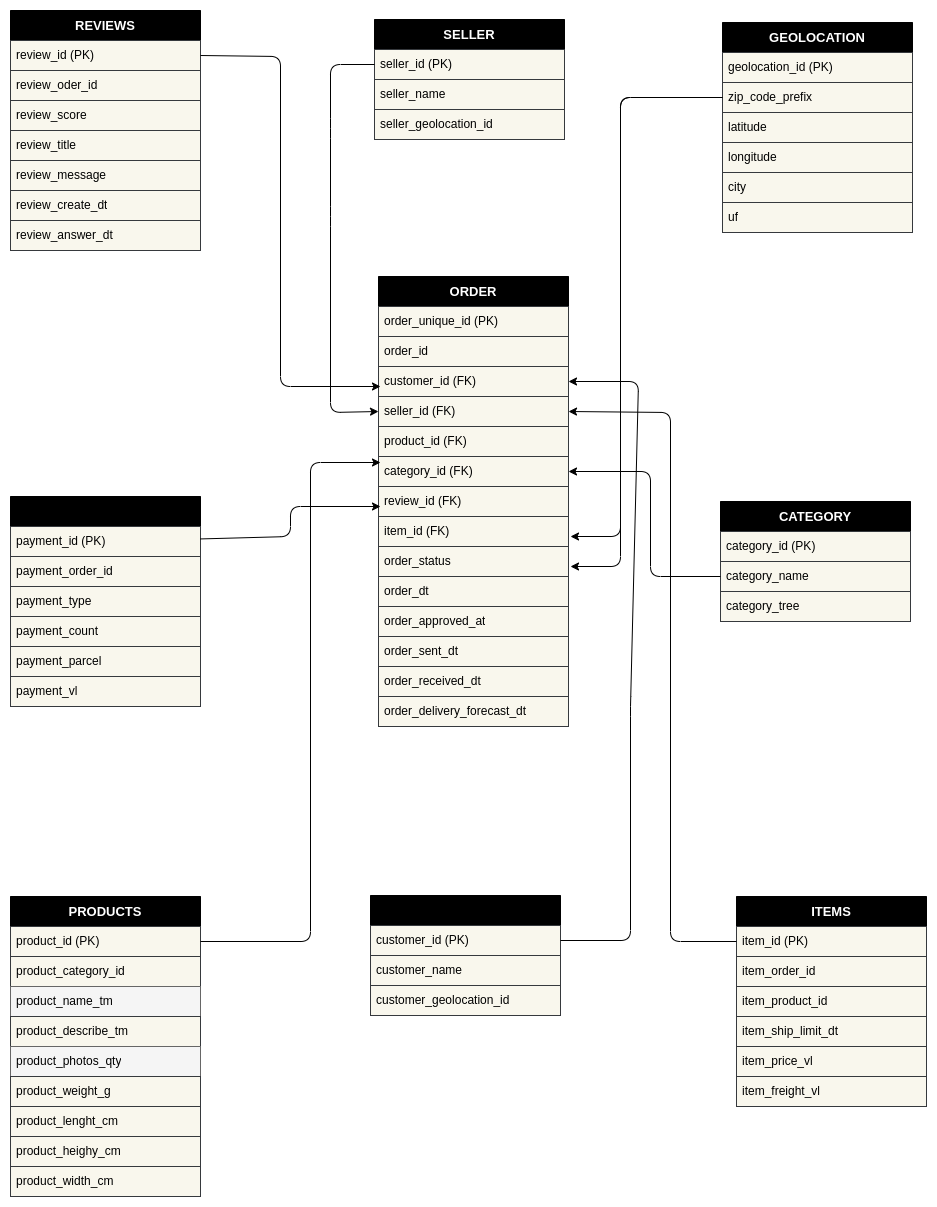
The draw.io diagram docs/images/olist_star_schema.png in rafaelladuarte/real_state_data_pipeline, before a commit. Source tidied: cells renumbered, new cells last; positions are measured from the earlier drawing's top-left corner, leaving out a move shared by most shapes.
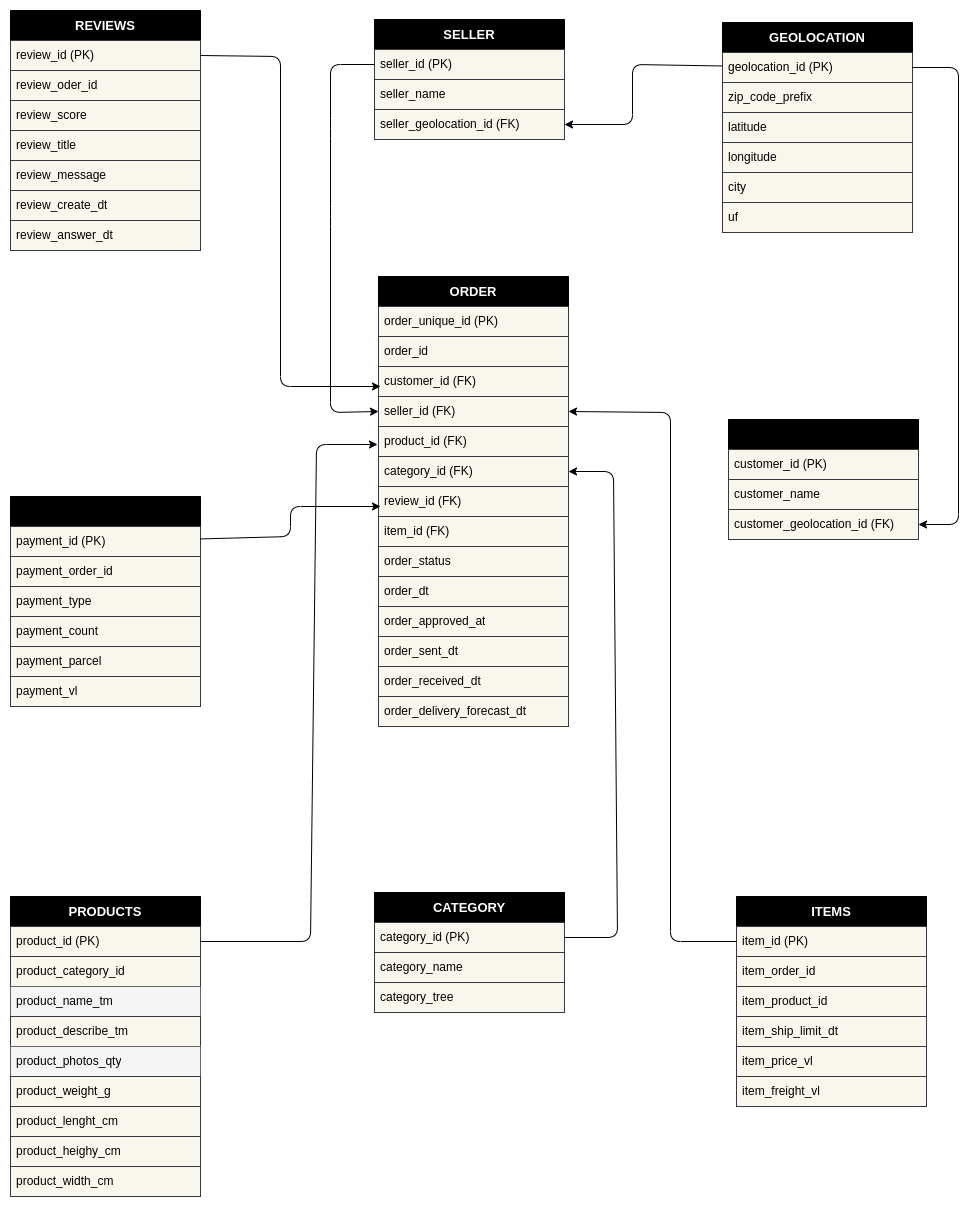
After the commit.

Commit message:
update dockerfile and diagrams

The edit, as a diff of the source:
```diff
@@ -33,7 +33,7 @@
       <mxGeometry y="270" width="190" height="30" as="geometry" />
     </mxCell>
     <mxCell id="12" value="&lt;b&gt;&lt;font style=&quot;font-size: 13px;&quot;&gt;CUSTOMER&lt;/font&gt;&lt;/b&gt;" style="swimlane;fontStyle=0;horizontal=1;startSize=30;whiteSpace=wrap;html=1;strokeColor=#000000;fillColor=#000000;" parent="1" vertex="1">
-      <mxGeometry x="360" y="885" width="190" height="120" as="geometry" />
+      <mxGeometry x="718" y="409" width="190" height="120" as="geometry" />
     </mxCell>
     <mxCell id="13" value="&lt;font color=&quot;#000000&quot;&gt;customer_id (PK)&lt;/font&gt;" style="text;strokeColor=#36393d;fillColor=#f9f7ed;align=left;verticalAlign=middle;spacingLeft=4;spacingRight=4;overflow=hidden;points=[[0,0.5],[1,0.5]];portConstraint=eastwest;whiteSpace=wrap;html=1;" parent="12" vertex="1">
       <mxGeometry y="30" width="190" height="30" as="geometry" />
@@ -41,7 +41,7 @@
     <mxCell id="14" value="&lt;font color=&quot;#000000&quot;&gt;customer_name&lt;/font&gt;" style="text;strokeColor=#36393d;fillColor=#f9f7ed;align=left;verticalAlign=middle;spacingLeft=4;spacingRight=4;overflow=hidden;whiteSpace=wrap;html=1;" parent="12" vertex="1">
       <mxGeometry y="60" width="190" height="30" as="geometry" />
     </mxCell>
-    <mxCell id="15" value="&lt;font color=&quot;#000000&quot;&gt;customer_geolocation_id&lt;/font&gt;" style="text;strokeColor=#36393d;fillColor=#f9f7ed;align=left;verticalAlign=middle;spacingLeft=4;spacingRight=4;overflow=hidden;points=[[0,0.5],[1,0.5]];portConstraint=eastwest;whiteSpace=wrap;html=1;" parent="12" vertex="1">
+    <mxCell id="15" value="&lt;font color=&quot;#000000&quot;&gt;customer_geolocation_id (FK)&lt;/font&gt;" style="text;strokeColor=#36393d;fillColor=#f9f7ed;align=left;verticalAlign=middle;spacingLeft=4;spacingRight=4;overflow=hidden;points=[[0,0.5],[1,0.5]];portConstraint=eastwest;whiteSpace=wrap;html=1;" parent="12" vertex="1">
       <mxGeometry y="90" width="190" height="30" as="geometry" />
     </mxCell>
     <mxCell id="16" value="&lt;font size=&quot;1&quot; color=&quot;#ffffff&quot;&gt;&lt;b style=&quot;font-size: 13px;&quot;&gt;ITEMS&lt;/b&gt;&lt;/font&gt;" style="swimlane;fontStyle=0;horizontal=1;startSize=30;whiteSpace=wrap;html=1;strokeColor=#000000;fillColor=#000000;" parent="1" vertex="1">
@@ -74,7 +74,7 @@
     <mxCell id="25" value="&lt;font color=&quot;#000000&quot;&gt;seller_name&lt;/font&gt;" style="text;strokeColor=#36393d;fillColor=#f9f7ed;align=left;verticalAlign=middle;spacingLeft=4;spacingRight=4;overflow=hidden;whiteSpace=wrap;html=1;" parent="23" vertex="1">
       <mxGeometry y="60" width="190" height="30" as="geometry" />
     </mxCell>
-    <mxCell id="26" value="&lt;font color=&quot;#000000&quot;&gt;seller_geolocation_id&lt;/font&gt;" style="text;strokeColor=#36393d;fillColor=#f9f7ed;align=left;verticalAlign=middle;spacingLeft=4;spacingRight=4;overflow=hidden;points=[[0,0.5],[1,0.5]];portConstraint=eastwest;whiteSpace=wrap;html=1;" parent="23" vertex="1">
+    <mxCell id="26" value="&lt;font color=&quot;#000000&quot;&gt;seller_geolocation_id (FK)&lt;/font&gt;" style="text;strokeColor=#36393d;fillColor=#f9f7ed;align=left;verticalAlign=middle;spacingLeft=4;spacingRight=4;overflow=hidden;points=[[0,0.5],[1,0.5]];portConstraint=eastwest;whiteSpace=wrap;html=1;" parent="23" vertex="1">
       <mxGeometry y="90" width="190" height="30" as="geometry" />
     </mxCell>
     <mxCell id="27" value="&lt;b&gt;&lt;font color=&quot;#ffffff&quot; style=&quot;font-size: 13px;&quot;&gt;GEOLOCATION&lt;/font&gt;&lt;/b&gt;" style="swimlane;fontStyle=0;horizontal=1;startSize=30;whiteSpace=wrap;html=1;strokeColor=#000000;fillColor=#000000;" parent="1" vertex="1">
@@ -168,7 +168,7 @@
       <mxGeometry y="420" width="190" height="30" as="geometry" />
     </mxCell>
     <mxCell id="57" value="&lt;font size=&quot;1&quot; color=&quot;#ffffff&quot;&gt;&lt;b style=&quot;font-size: 13px;&quot;&gt;CATEGORY&lt;/b&gt;&lt;/font&gt;" style="swimlane;fontStyle=0;horizontal=1;startSize=30;whiteSpace=wrap;html=1;strokeColor=#000000;fillColor=#000000;" parent="1" vertex="1">
-      <mxGeometry x="710" y="491" width="190" height="120" as="geometry" />
+      <mxGeometry x="364" y="882" width="190" height="120" as="geometry" />
     </mxCell>
     <mxCell id="58" value="&lt;font color=&quot;#000000&quot;&gt;category_id (PK)&lt;/font&gt;" style="text;strokeColor=#36393d;fillColor=#f9f7ed;align=left;verticalAlign=middle;spacingLeft=4;spacingRight=4;overflow=hidden;points=[[0,0.5],[1,0.5]];portConstraint=eastwest;whiteSpace=wrap;html=1;" parent="57" vertex="1">
       <mxGeometry y="30" width="190" height="30" as="geometry" />
@@ -218,32 +218,6 @@
         </Array>
       </mxGeometry>
     </mxCell>
-    <mxCell id="70" style="edgeStyle=none;html=1;exitX=0;exitY=0.5;exitDx=0;exitDy=0;entryX=1;entryY=0.5;entryDx=0;entryDy=0;fontColor=#000000;strokeColor=#000000;" parent="1" edge="1" source="59" target="48">
-      <mxGeometry relative="1" as="geometry">
-        <Array as="points">
-          <mxPoint x="640" y="566" />
-          <mxPoint x="640" y="461" />
-        </Array>
-      </mxGeometry>
-    </mxCell>
-    <mxCell id="71" style="edgeStyle=none;html=1;exitX=0;exitY=0.5;exitDx=0;exitDy=0;fontColor=#000000;strokeColor=#000000;" parent="1" edge="1" source="29">
-      <mxGeometry relative="1" as="geometry">
-        <mxPoint x="560" y="526" as="targetPoint" />
-        <Array as="points">
-          <mxPoint x="610" y="87" />
-          <mxPoint x="610" y="526" />
-        </Array>
-      </mxGeometry>
-    </mxCell>
-    <mxCell id="72" style="edgeStyle=none;html=1;exitX=0;exitY=0.5;exitDx=0;exitDy=0;fontColor=#000000;strokeColor=#000000;" parent="1" edge="1" source="29">
-      <mxGeometry relative="1" as="geometry">
-        <mxPoint x="560" y="556" as="targetPoint" />
-        <Array as="points">
-          <mxPoint x="610" y="87" />
-          <mxPoint x="610" y="556" />
-        </Array>
-      </mxGeometry>
-    </mxCell>
     <mxCell id="73" style="edgeStyle=none;html=1;exitX=0;exitY=0.5;exitDx=0;exitDy=0;entryX=1;entryY=0.5;entryDx=0;entryDy=0;fontColor=#000000;strokeColor=#000000;" parent="1" edge="1" source="17" target="46">
       <mxGeometry relative="1" as="geometry">
         <Array as="points">
@@ -254,10 +228,10 @@
     </mxCell>
     <mxCell id="74" style="edgeStyle=none;html=1;fontColor=#000000;strokeColor=#000000;" parent="1" edge="1" source="3">
       <mxGeometry relative="1" as="geometry">
-        <mxPoint x="370" y="452" as="targetPoint" />
+        <mxPoint x="367" y="434" as="targetPoint" />
         <Array as="points">
           <mxPoint x="300" y="931" />
-          <mxPoint x="300" y="452" />
+          <mxPoint x="306" y="434" />
         </Array>
       </mxGeometry>
     </mxCell>
@@ -271,14 +245,29 @@
         </Array>
       </mxGeometry>
     </mxCell>
-    <mxCell id="76" style="edgeStyle=none;html=1;entryX=1;entryY=0.5;entryDx=0;entryDy=0;fontColor=#000000;strokeColor=#000000;" parent="1" edge="1" source="13" target="45">
-      <mxGeometry relative="1" as="geometry">
-        <Array as="points">
-          <mxPoint x="620" y="930" />
-          <mxPoint x="620" y="696" />
-          <mxPoint x="628" y="371" />
-        </Array>
-      </mxGeometry>
-    </mxCell>
+    <mxCell id="77" style="edgeStyle=none;html=1;entryX=1;entryY=0.5;entryDx=0;entryDy=0;strokeColor=#000000;" parent="1" edge="1" source="28" target="26">
+      <mxGeometry relative="1" as="geometry">
+        <Array as="points">
+          <mxPoint x="622" y="54" />
+          <mxPoint x="622" y="114" />
+        </Array>
+      </mxGeometry>
+    </mxCell>
+    <mxCell id="78" style="edgeStyle=none;html=1;exitX=1;exitY=0.5;exitDx=0;exitDy=0;entryX=1;entryY=0.5;entryDx=0;entryDy=0;strokeColor=#000000;" parent="1" edge="1" source="28" target="15">
+      <mxGeometry relative="1" as="geometry">
+        <Array as="points">
+          <mxPoint x="948" y="57" />
+          <mxPoint x="948" y="514" />
+        </Array>
+      </mxGeometry>
+    </mxCell>
+    <mxCell id="79" style="edgeStyle=none;html=1;exitX=1;exitY=0.5;exitDx=0;exitDy=0;entryX=1;entryY=0.5;entryDx=0;entryDy=0;strokeColor=#000000;" parent="1" edge="1" source="58" target="48">
+      <mxGeometry relative="1" as="geometry">
+        <Array as="points">
+          <mxPoint x="607" y="927" />
+          <mxPoint x="603" y="461" />
+        </Array>
+      </mxGeometry>
+    </mxCell>
   </root>
 </mxGraphModel>
```
